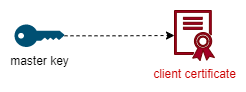
Before: readme-images/Storage token.drawio.png, a diagram exported from draw.io (damienmaier/encrypted-vault). Source tidied: cells renumbered, new cells last; positions are measured from the earlier drawing's top-left corner, leaving out a move shared by most shapes.
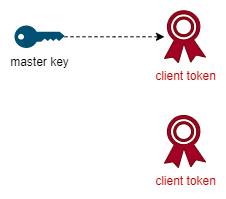
Later version of the same file.

Diff of the diagram source:
```diff
@@ -2,14 +2,17 @@
   <root>
     <mxCell id="0" />
     <mxCell id="1" parent="0" />
-    <mxCell id="2" style="edgeStyle=orthogonalEdgeStyle;rounded=0;jettySize=auto;html=1;entryX=0;entryY=0.5;entryDx=0;entryDy=0;entryPerimeter=0;dashed=1;" parent="1" edge="1" source="3" target="4">
+    <mxCell id="2" style="edgeStyle=orthogonalEdgeStyle;rounded=0;jettySize=auto;html=1;dashed=1;" parent="1" edge="1" source="3" target="5">
       <mxGeometry relative="1" as="geometry" />
     </mxCell>
     <mxCell id="3" value="master key" style="points=[[0,0.5,0],[0.24,0,0],[0.5,0.28,0],[0.995,0.475,0],[0.5,0.72,0],[0.24,1,0]];verticalLabelPosition=bottom;sketch=0;html=1;verticalAlign=top;align=center;shape=mxgraph.cisco19.key;fillColor=#005073;strokeColor=none;" parent="1" vertex="1">
       <mxGeometry y="14" width="50" height="22.5" as="geometry" />
     </mxCell>
-    <mxCell id="4" value="&lt;font color=&quot;#cc0000&quot;&gt;client certificate&lt;/font&gt;" style="sketch=0;shadow=0;dashed=0;html=1;strokeColor=#6F0000;labelPosition=center;verticalLabelPosition=bottom;verticalAlign=top;align=center;fillColor=#a20025;shape=mxgraph.mscae.intune.intune_certificate_profiles;fontColor=#ffffff;" parent="1" vertex="1">
-      <mxGeometry x="160" width="40" height="50" as="geometry" />
-    </mxCell>
+    <mxCell id="5" value="&lt;font color=&quot;#cc0000&quot;&gt;client token&lt;/font&gt;" style="sketch=0;shadow=0;dashed=0;html=1;strokeColor=#6F0000;fillColor=#a20025;labelPosition=center;verticalLabelPosition=bottom;verticalAlign=top;outlineConnect=0;align=center;shape=mxgraph.office.security.token;fontColor=#ffffff;" parent="1" vertex="1">
+      <mxGeometry x="150" y="-0.8" width="41" height="52" as="geometry" />
+    </mxCell>
+    <mxCell id="6" value="&lt;font color=&quot;#cc0000&quot;&gt;client token&lt;/font&gt;" style="sketch=0;shadow=0;dashed=0;html=1;strokeColor=#6F0000;fillColor=#a20025;labelPosition=center;verticalLabelPosition=bottom;verticalAlign=top;align=center;shape=mxgraph.office.security.token;fontColor=#ffffff;" parent="1" vertex="1">
+      <mxGeometry x="150" y="104" width="41" height="52" as="geometry" />
+    </mxCell>
   </root>
 </mxGraphModel>
```
